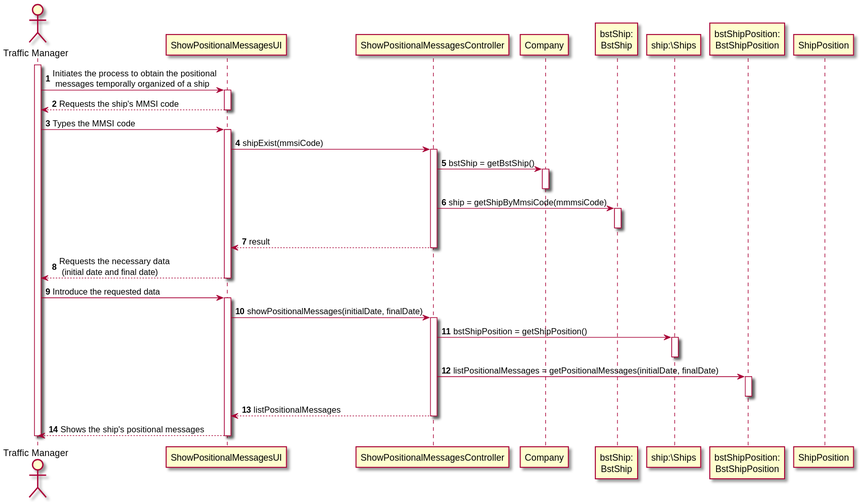
The PlantUML diagram docs/US103/US103_SD.svg in 0franciscor/lapr3-2021-g042, before a commit.
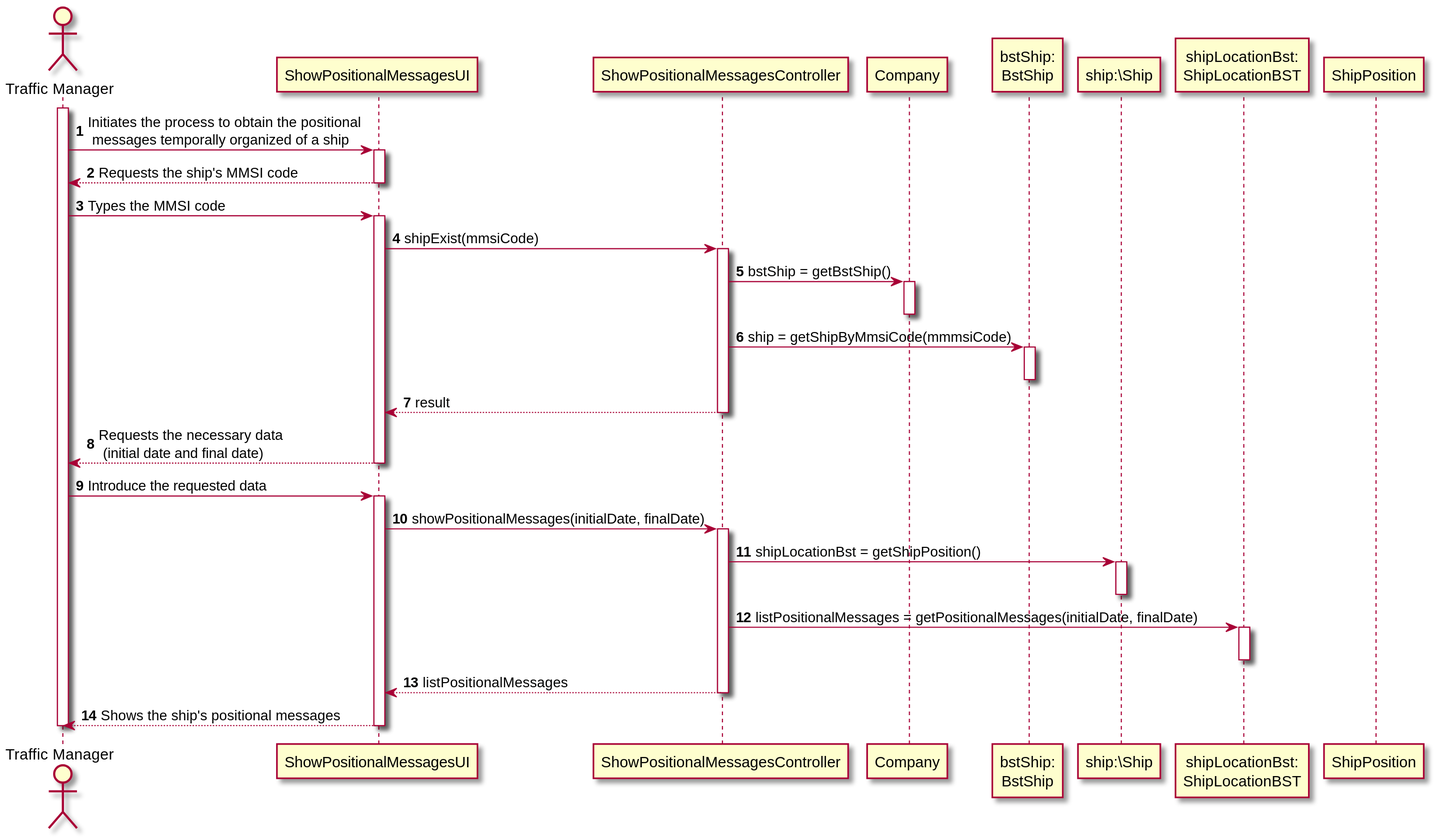
Later version of the same file.

Diff of the diagram source:
```diff
@@ -7,8 +7,8 @@
 participant "ShowPositionalMessagesController" as CTRL
 participant "Company" as COMP
 participant "bstShip:\nBstShip" as BstShip
-participant "ship:\Ships" as S
-participant "bstShipPosition:\nBstShipPosition" as BstPosition
+participant "ship:\Ship" as S
+participant "shipLocationBst:\nShipLocationBST" as ShipLocationBST
 participant "ShipPosition" as SP
 
 
@@ -35,12 +35,12 @@
 activate UI
 UI -> CTRL: showPositionalMessages(initialDate, finalDate)
 activate CTRL
-CTRL -> S : bstShipPosition = getShipPosition()
+CTRL -> S : shipLocationBst = getShipPosition()
 activate S
 deactivate S
-CTRL -> BstPosition : listPositionalMessages = getPositionalMessages(initialDate, finalDate)
-activate BstPosition
-deactivate BstPosition
+CTRL -> ShipLocationBST : listPositionalMessages = getPositionalMessages(initialDate, finalDate)
+activate ShipLocationBST
+deactivate ShipLocationBST
 CTRL --> UI: listPositionalMessages
 deactivate CTRL
 UI --> TM : Shows the ship's positional messages
```
